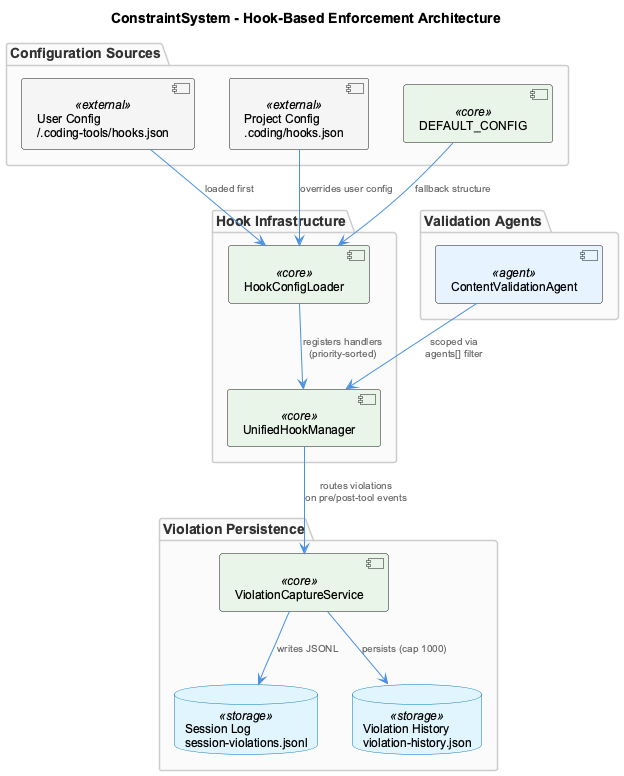
The PlantUML diagram knowledge-management/insights/images/constraint-system-architecture.png in fwornle/coding, before a commit.
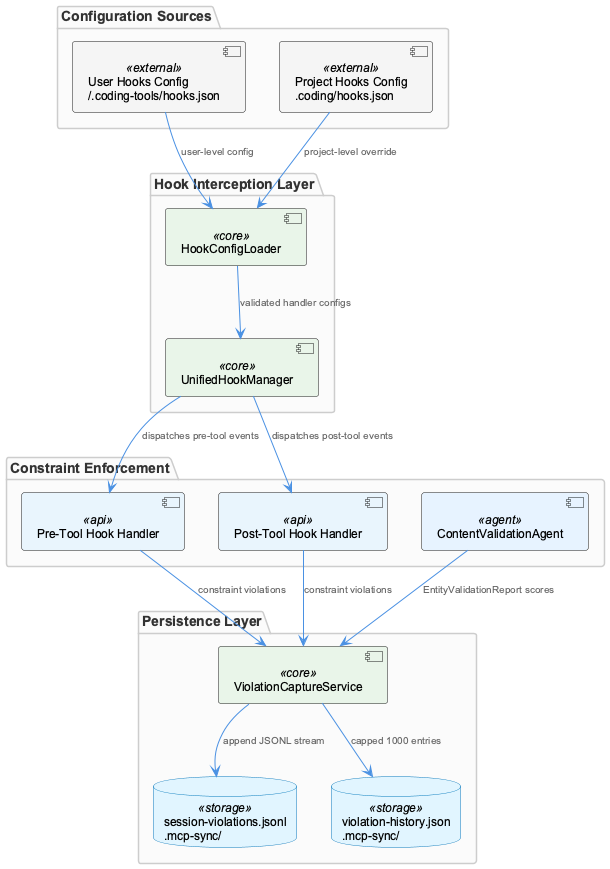
Later version of the same file.

What changed in the source:
```diff
@@ -1,40 +1,37 @@
 @startuml
 !include /Users/Q284340/Agentic/coding/docs/puml/_standard-style.puml
 
-title ConstraintSystem - Hook-Based Enforcement Architecture
-
-package "Hook Infrastructure" {
-    component "UnifiedHookManager" as uhm <<core>>
-    component "HookConfigLoader" as hcl <<core>>
+package "Hook Interception Layer" {
+  component "UnifiedHookManager" as hookMgr <<core>>
+  component "HookConfigLoader" as configLoader <<core>>
 }
 
 package "Configuration Sources" {
-    component "User Config\n~/.coding-tools/hooks.json" as ucfg <<external>>
-    component "Project Config\n.coding/hooks.json" as pcfg <<external>>
-    component "DEFAULT_CONFIG" as dcfg <<core>>
+  component "User Hooks Config\n~/.coding-tools/hooks.json" as userCfg <<external>>
+  component "Project Hooks Config\n.coding/hooks.json" as projCfg <<external>>
 }
 
-package "Violation Persistence" {
-    component "ViolationCaptureService" as vcs <<core>>
-    database "Session Log\nsession-violations.jsonl" as slog <<storage>>
-    database "Violation History\nviolation-history.json" as vhist <<storage>>
+package "Constraint Enforcement" {
+  component "Pre-Tool Hook Handler" as preHook <<api>>
+  component "Post-Tool Hook Handler" as postHook <<api>>
+  component "ContentValidationAgent" as cva <<agent>>
 }
 
-package "Validation Agents" {
-    component "ContentValidationAgent" as cva <<agent>>
+package "Persistence Layer" {
+  component "ViolationCaptureService" as vcs <<core>>
+  database "session-violations.jsonl\n.mcp-sync/" as jsonl <<storage>>
+  database "violation-history.json\n.mcp-sync/" as jsonHist <<storage>>
 }
 
-ucfg --> hcl : "loaded first"
-pcfg --> hcl : "overrides user config"
-dcfg --> hcl : "fallback structure"
-
-hcl --> uhm : "registers handlers\n(priority-sorted)"
-
-uhm --> vcs : "routes violations\non pre/post-tool events"
-
-vcs --> slog : "writes JSONL"
-vcs --> vhist : "persists (cap 1000)"
-
-cva --> uhm : "scoped via\nagents[] filter"
+userCfg --> configLoader : "user-level config"
+projCfg --> configLoader : "project-level override"
+configLoader --> hookMgr : "validated handler configs"
+hookMgr --> preHook : "dispatches pre-tool events"
+hookMgr --> postHook : "dispatches post-tool events"
+preHook --> vcs : "constraint violations"
+postHook --> vcs : "constraint violations"
+cva --> vcs : "EntityValidationReport scores"
+vcs --> jsonl : "append JSONL stream"
+vcs --> jsonHist : "capped 1000 entries"
 
 @enduml
```
